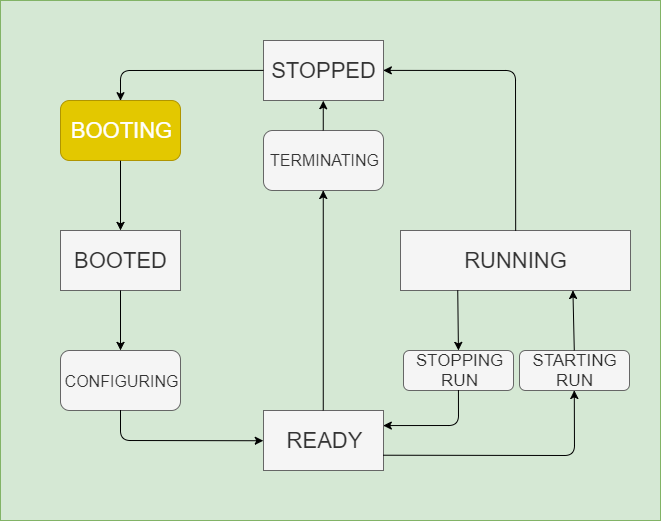
ikatza/ArtDaq-RunControl-GUI keeps this draw.io diagram as artdaq-runcontrol/resources/images/StateDiagram_booting.png. Above is the earlier version. Source tidied: cells renumbered, new cells last; positions are measured from the earlier drawing's top-left corner, leaving out a move shared by most shapes.
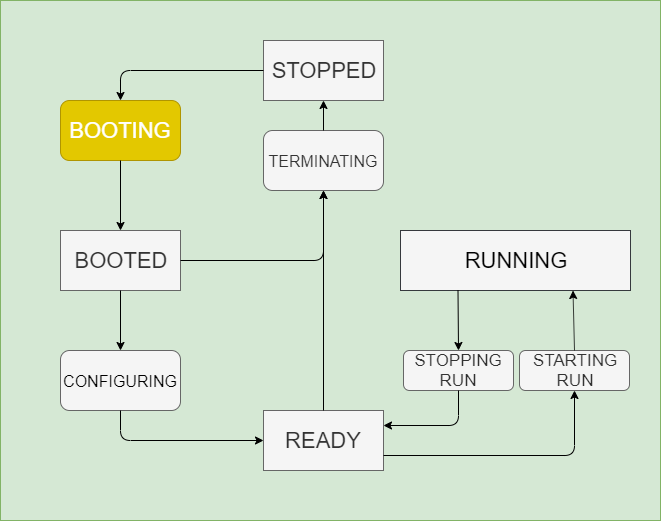
Above is the later version.

What changed in the source:
```diff
@@ -17,10 +17,10 @@
     <mxCell id="6" value="&lt;font style=&quot;font-size: 22px&quot;&gt;BOOTING&lt;/font&gt;" style="rounded=1;whiteSpace=wrap;html=1;fillColor=#e3c800;strokeColor=#B09500;fontColor=#ffffff;" parent="1" vertex="1">
       <mxGeometry x="60" y="100" width="120" height="60" as="geometry" />
     </mxCell>
-    <mxCell id="7" value="&lt;span&gt;&lt;font style=&quot;font-size: 22px&quot;&gt;RUNNING&lt;/font&gt;&lt;/span&gt;" style="rounded=0;whiteSpace=wrap;html=1;fillColor=#f5f5f5;strokeColor=#666666;fontColor=#333333;" parent="1" vertex="1">
+    <mxCell id="7" value="&lt;span&gt;&lt;font style=&quot;font-size: 22px&quot;&gt;RUNNING&lt;/font&gt;&lt;/span&gt;" style="rounded=0;whiteSpace=wrap;html=1;fillColor=#F5F5F5;strokeColor=#36393d;" parent="1" vertex="1">
       <mxGeometry x="400" y="230" width="230" height="60" as="geometry" />
     </mxCell>
-    <mxCell id="8" value="&lt;font style=&quot;font-size: 16px&quot;&gt;CONFIGURING&lt;/font&gt;" style="rounded=1;whiteSpace=wrap;html=1;fillColor=#f5f5f5;strokeColor=#666666;fontColor=#333333;" parent="1" vertex="1">
+    <mxCell id="8" value="&lt;font style=&quot;font-size: 16px&quot;&gt;CONFIGURING&lt;/font&gt;" style="rounded=1;whiteSpace=wrap;html=1;fillColor=#f5f5f5;strokeColor=#666666;" parent="1" vertex="1">
       <mxGeometry x="60" y="350" width="120" height="60" as="geometry" />
     </mxCell>
     <mxCell id="9" style="endArrow=classic;html=1;exitX=0;exitY=0.5;exitDx=0;exitDy=0;entryX=0.5;entryY=0;entryDx=0;entryDy=0;" parent="1" edge="1" source="3" target="6">
@@ -46,44 +46,44 @@
     <mxCell id="13" value="&lt;font style=&quot;font-size: 17px&quot;&gt;STARTING&lt;br&gt;RUN&lt;br&gt;&lt;/font&gt;" style="rounded=1;whiteSpace=wrap;html=1;fillColor=#f5f5f5;strokeColor=#666666;fontColor=#333333;" parent="1" vertex="1">
       <mxGeometry x="519" y="350" width="110" height="40" as="geometry" />
     </mxCell>
-    <mxCell id="14" style="endArrow=classic;html=1;entryX=1;entryY=0.5;entryDx=0;entryDy=0;exitX=0.5;exitY=0;exitDx=0;exitDy=0;" parent="1" edge="1" source="7" target="3">
-      <mxGeometry relative="1" as="geometry">
-        <Array as="points">
-          <mxPoint x="515" y="70" />
-        </Array>
-      </mxGeometry>
+    <mxCell id="14" value="&lt;font style=&quot;font-size: 17px&quot;&gt;STOPPING&lt;br&gt;RUN&lt;br&gt;&lt;/font&gt;" style="rounded=1;whiteSpace=wrap;html=1;fillColor=#f5f5f5;strokeColor=#666666;fontColor=#333333;" parent="1" vertex="1">
+      <mxGeometry x="403" y="350" width="110" height="40" as="geometry" />
     </mxCell>
-    <mxCell id="15" value="&lt;font style=&quot;font-size: 17px&quot;&gt;STOPPING&lt;br&gt;RUN&lt;br&gt;&lt;/font&gt;" style="rounded=1;whiteSpace=wrap;html=1;fillColor=#f5f5f5;strokeColor=#666666;fontColor=#333333;" parent="1" vertex="1">
-      <mxGeometry x="403" y="350" width="110" height="40" as="geometry" />
+    <mxCell id="15" style="endArrow=classic;html=1;entryX=0.75;entryY=1;entryDx=0;entryDy=0;exitX=0.5;exitY=0;exitDx=0;exitDy=0;" parent="1" edge="1" source="13" target="7">
+      <mxGeometry relative="1" as="geometry" />
     </mxCell>
-    <mxCell id="16" style="endArrow=classic;html=1;entryX=0.75;entryY=1;entryDx=0;entryDy=0;exitX=0.5;exitY=0;exitDx=0;exitDy=0;" parent="1" edge="1" source="13" target="7">
+    <mxCell id="16" style="endArrow=classic;html=1;exitX=0.25;exitY=1;exitDx=0;exitDy=0;entryX=0.5;entryY=0;entryDx=0;entryDy=0;" parent="1" edge="1" source="7" target="14">
       <mxGeometry relative="1" as="geometry" />
     </mxCell>
-    <mxCell id="17" style="endArrow=classic;html=1;exitX=0.25;exitY=1;exitDx=0;exitDy=0;entryX=0.5;entryY=0;entryDx=0;entryDy=0;" parent="1" edge="1" source="7" target="15">
-      <mxGeometry relative="1" as="geometry" />
+    <mxCell id="17" style="endArrow=classic;html=1;entryX=0.5;entryY=1;entryDx=0;entryDy=0;exitX=1;exitY=0.75;exitDx=0;exitDy=0;" parent="1" edge="1" source="5" target="13">
+      <mxGeometry relative="1" as="geometry">
+        <Array as="points">
+          <mxPoint x="574" y="455" />
+        </Array>
+      </mxGeometry>
     </mxCell>
-    <mxCell id="18" style="endArrow=classic;html=1;entryX=0.5;entryY=1;entryDx=0;entryDy=0;exitX=1;exitY=0.75;exitDx=0;exitDy=0;" parent="1" edge="1" source="5" target="13">
+    <mxCell id="18" style="endArrow=classic;html=1;exitX=0.5;exitY=1;exitDx=0;exitDy=0;entryX=1;entryY=0.25;entryDx=0;entryDy=0;" parent="1" edge="1" source="14" target="5">
       <mxGeometry relative="1" as="geometry">
         <Array as="points">
-          <mxPoint x="574" y="455" />
+          <mxPoint x="458" y="425" />
         </Array>
       </mxGeometry>
     </mxCell>
-    <mxCell id="19" style="endArrow=classic;html=1;exitX=0.5;exitY=1;exitDx=0;exitDy=0;entryX=1;entryY=0.25;entryDx=0;entryDy=0;" parent="1" edge="1" source="15" target="5">
-      <mxGeometry relative="1" as="geometry">
-        <Array as="points">
-          <mxPoint x="458" y="425" />
-        </Array>
-      </mxGeometry>
+    <mxCell id="19" value="&lt;font style=&quot;font-size: 16px&quot;&gt;TERMINATING&lt;/font&gt;" style="rounded=1;whiteSpace=wrap;html=1;fillColor=#f5f5f5;strokeColor=#666666;fontColor=#333333;" parent="1" vertex="1">
+      <mxGeometry x="263" y="130" width="120" height="60" as="geometry" />
     </mxCell>
-    <mxCell id="20" value="&lt;font style=&quot;font-size: 16px&quot;&gt;TERMINATING&lt;/font&gt;" style="rounded=1;whiteSpace=wrap;html=1;fillColor=#f5f5f5;strokeColor=#666666;fontColor=#333333;" parent="1" vertex="1">
-      <mxGeometry x="263" y="130" width="120" height="60" as="geometry" />
+    <mxCell id="20" style="endArrow=classic;html=1;entryX=0.5;entryY=1;entryDx=0;entryDy=0;exitX=0.5;exitY=0;exitDx=0;exitDy=0;" parent="1" edge="1" source="19" target="3">
+      <mxGeometry relative="1" as="geometry" />
     </mxCell>
-    <mxCell id="21" style="endArrow=classic;html=1;entryX=0.5;entryY=1;entryDx=0;entryDy=0;exitX=0.5;exitY=0;exitDx=0;exitDy=0;" parent="1" edge="1" source="20" target="3">
+    <mxCell id="21" style="endArrow=classic;html=1;entryX=0.5;entryY=1;entryDx=0;entryDy=0;exitX=0.5;exitY=0;exitDx=0;exitDy=0;" parent="1" edge="1" source="5" target="19">
       <mxGeometry relative="1" as="geometry" />
     </mxCell>
-    <mxCell id="22" style="endArrow=classic;html=1;entryX=0.5;entryY=1;entryDx=0;entryDy=0;exitX=0.5;exitY=0;exitDx=0;exitDy=0;" parent="1" edge="1" source="5" target="20">
-      <mxGeometry relative="1" as="geometry" />
+    <mxCell id="22" style="endArrow=classic;html=1;exitX=1;exitY=0.5;exitDx=0;exitDy=0;entryX=0.5;entryY=1;entryDx=0;entryDy=0;" parent="1" edge="1" source="4" target="19">
+      <mxGeometry relative="1" as="geometry">
+        <Array as="points">
+          <mxPoint x="323" y="260" />
+        </Array>
+      </mxGeometry>
     </mxCell>
   </root>
 </mxGraphModel>
```
